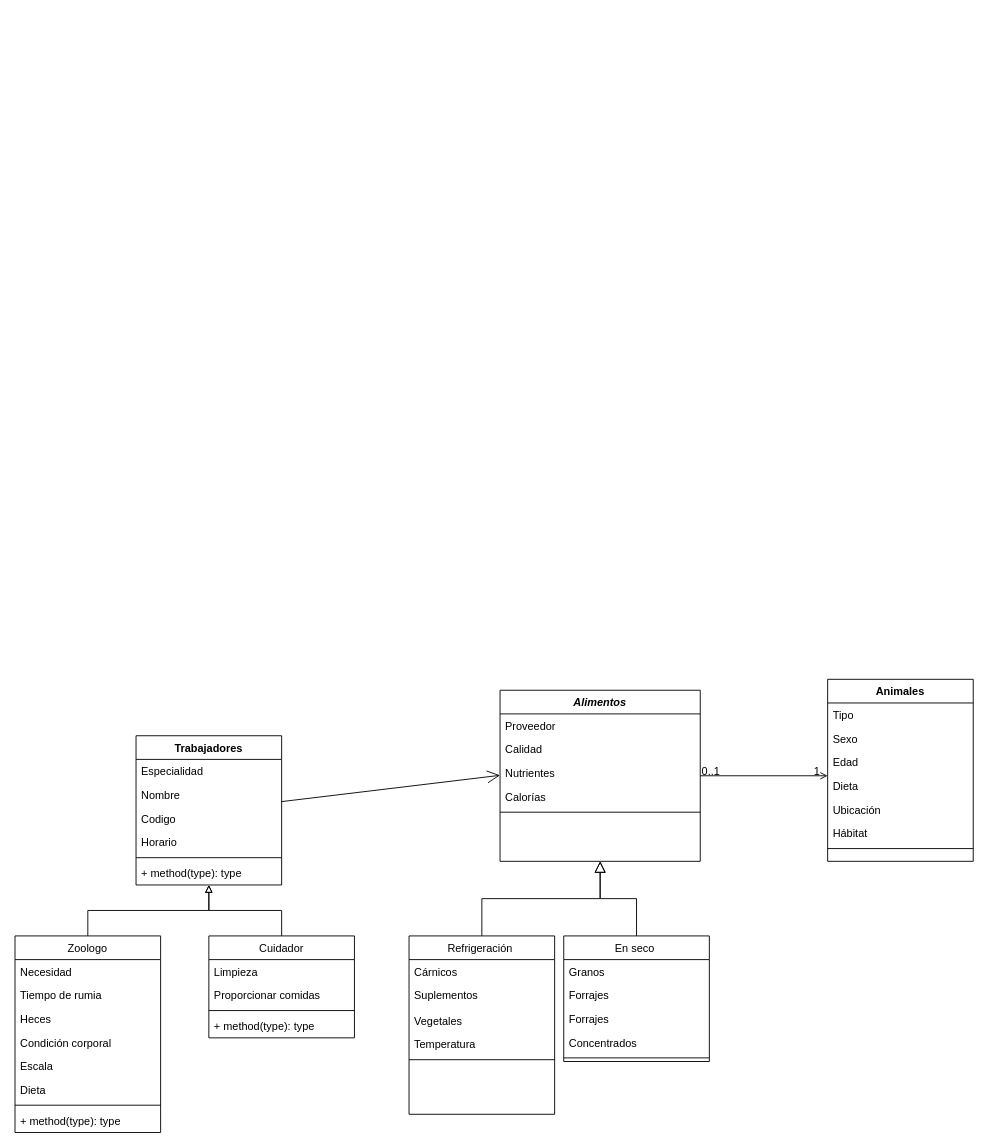
Above: Diagrama sin título.drawio in jhongarciap/Diagrama-de-clases-zoologico (draw.io), before the change. Source tidied: cells renumbered, new cells numbered last; positions are measured from the earlier drawing's top-left corner, leaving out a move shared by most shapes. Both pictures are drawn from the tidied source at 91%, with x=0, y=0 at pixel (15, 679).
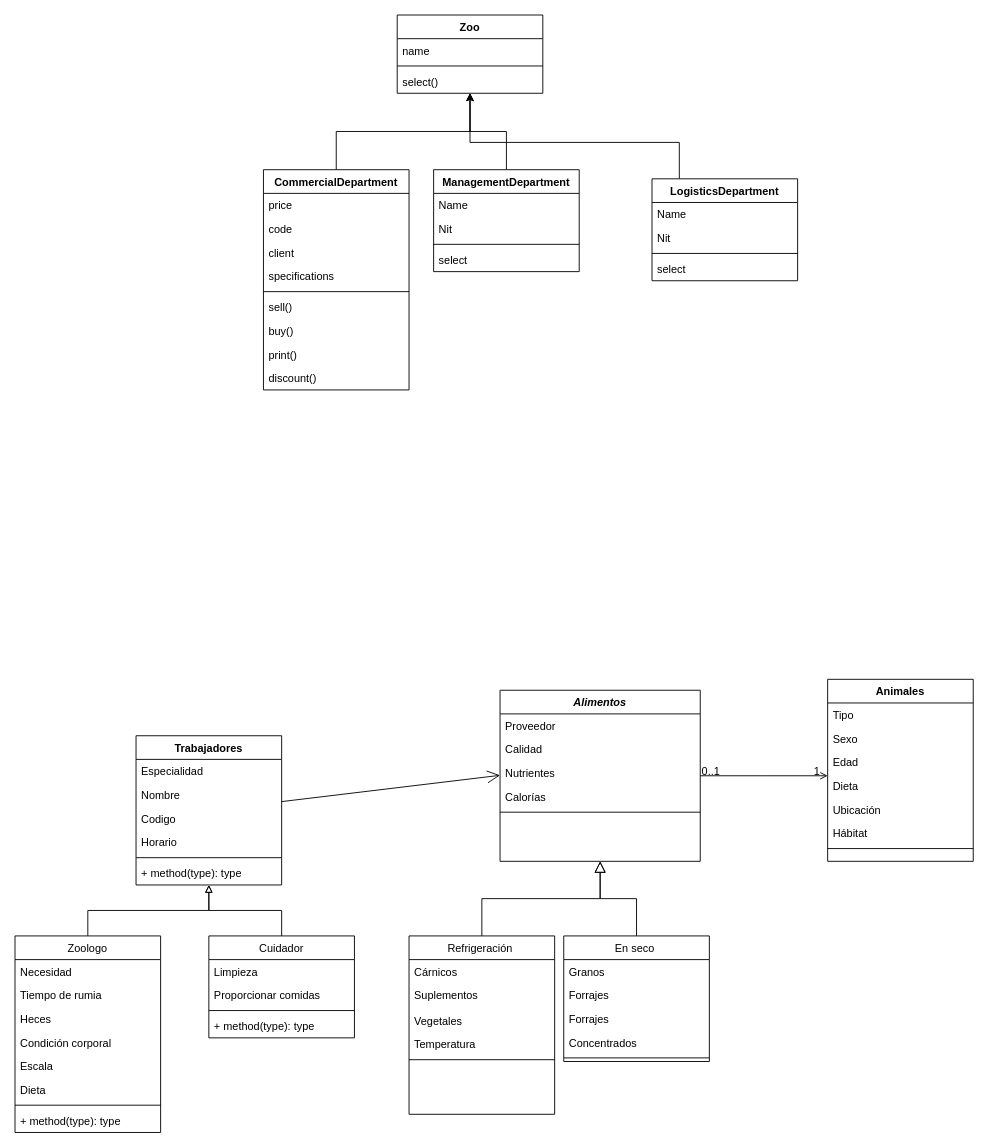
After the change.

Diff of the diagram source:
```diff
@@
+    <mxCell id="57" value="Zoo" style="swimlane;fontStyle=1;align=center;verticalAlign=top;horizontal=1;startSize=26;" parent="1" vertex="1">
+      <mxGeometry x="420" y="-730" width="160" height="86" as="geometry" />
+    </mxCell>
+    <mxCell id="58" value="name&#10;&#10;&#10;&#10;&#10;&#10;&#10;" style="text;strokeColor=none;fillColor=none;align=left;verticalAlign=top;spacingLeft=4;spacingRight=4;overflow=hidden;" parent="57" vertex="1">
+      <mxGeometry y="26" width="160" height="26" as="geometry" />
+    </mxCell>
+    <mxCell id="59" style="line;strokeWidth=1;fillColor=none;align=left;verticalAlign=middle;spacingTop=-1;spacingLeft=3;spacingRight=3;labelPosition=right;strokeColor=inherit;" parent="57" vertex="1">
+      <mxGeometry y="52" width="160" height="8" as="geometry" />
+    </mxCell>
+    <mxCell id="60" value="select()" style="text;strokeColor=none;fillColor=none;align=left;verticalAlign=top;spacingLeft=4;spacingRight=4;overflow=hidden;" parent="57" vertex="1">
+      <mxGeometry y="60" width="160" height="26" as="geometry" />
+    </mxCell>
+    <mxCell id="61" style="edgeStyle=orthogonalEdgeStyle;rounded=0;jettySize=auto;html=1;" parent="1" edge="1" source="62" target="57">
+      <mxGeometry relative="1" as="geometry" />
+    </mxCell>
+    <mxCell id="62" value="CommercialDepartment" style="swimlane;fontStyle=1;align=center;verticalAlign=top;horizontal=1;startSize=26;" parent="1" vertex="1">
+      <mxGeometry x="273" y="-560" width="160" height="242" as="geometry" />
+    </mxCell>
+    <mxCell id="63" value="price" style="text;strokeColor=none;fillColor=none;align=left;verticalAlign=top;spacingLeft=4;spacingRight=4;overflow=hidden;" parent="62" vertex="1">
+      <mxGeometry y="26" width="160" height="26" as="geometry" />
+    </mxCell>
+    <mxCell id="64" value="code" style="text;strokeColor=none;fillColor=none;align=left;verticalAlign=top;spacingLeft=4;spacingRight=4;overflow=hidden;" parent="62" vertex="1">
+      <mxGeometry y="52" width="160" height="26" as="geometry" />
+    </mxCell>
+    <mxCell id="65" value="client" style="text;strokeColor=none;fillColor=none;align=left;verticalAlign=top;spacingLeft=4;spacingRight=4;overflow=hidden;" parent="62" vertex="1">
+      <mxGeometry y="78" width="160" height="26" as="geometry" />
+    </mxCell>
+    <mxCell id="66" value="specifications" style="text;strokeColor=none;fillColor=none;align=left;verticalAlign=top;spacingLeft=4;spacingRight=4;overflow=hidden;" parent="62" vertex="1">
+      <mxGeometry y="104" width="160" height="26" as="geometry" />
+    </mxCell>
+    <mxCell id="67" style="line;strokeWidth=1;fillColor=none;align=left;verticalAlign=middle;spacingTop=-1;spacingLeft=3;spacingRight=3;labelPosition=right;strokeColor=inherit;" parent="62" vertex="1">
+      <mxGeometry y="130" width="160" height="8" as="geometry" />
+    </mxCell>
+    <mxCell id="68" value="sell()" style="text;strokeColor=none;fillColor=none;align=left;verticalAlign=top;spacingLeft=4;spacingRight=4;overflow=hidden;" parent="62" vertex="1">
+      <mxGeometry y="138" width="160" height="26" as="geometry" />
+    </mxCell>
+    <mxCell id="69" value="buy()" style="text;strokeColor=none;fillColor=none;align=left;verticalAlign=top;spacingLeft=4;spacingRight=4;overflow=hidden;" parent="62" vertex="1">
+      <mxGeometry y="164" width="160" height="26" as="geometry" />
+    </mxCell>
+    <mxCell id="70" value="print()" style="text;strokeColor=none;fillColor=none;align=left;verticalAlign=top;spacingLeft=4;spacingRight=4;overflow=hidden;" parent="62" vertex="1">
+      <mxGeometry y="190" width="160" height="26" as="geometry" />
+    </mxCell>
+    <mxCell id="71" value="discount()" style="text;strokeColor=none;fillColor=none;align=left;verticalAlign=top;spacingLeft=4;spacingRight=4;overflow=hidden;" parent="62" vertex="1">
+      <mxGeometry y="216" width="160" height="26" as="geometry" />
+    </mxCell>
+    <mxCell id="72" style="edgeStyle=orthogonalEdgeStyle;rounded=0;jettySize=auto;html=1;" parent="1" edge="1" source="73" target="57">
+      <mxGeometry relative="1" as="geometry" />
+    </mxCell>
+    <mxCell id="73" value="ManagementDepartment" style="swimlane;fontStyle=1;align=center;verticalAlign=top;horizontal=1;startSize=26;" parent="1" vertex="1">
+      <mxGeometry x="460" y="-560" width="160" height="112" as="geometry" />
+    </mxCell>
+    <mxCell id="74" value="Name&#10;&#10;&#10;&#10;&#10;&#10;&#10;" style="text;strokeColor=none;fillColor=none;align=left;verticalAlign=top;spacingLeft=4;spacingRight=4;overflow=hidden;" parent="73" vertex="1">
+      <mxGeometry y="26" width="160" height="26" as="geometry" />
+    </mxCell>
+    <mxCell id="75" value="Nit" style="text;strokeColor=none;fillColor=none;align=left;verticalAlign=top;spacingLeft=4;spacingRight=4;overflow=hidden;" parent="73" vertex="1">
+      <mxGeometry y="52" width="160" height="26" as="geometry" />
+    </mxCell>
+    <mxCell id="76" style="line;strokeWidth=1;fillColor=none;align=left;verticalAlign=middle;spacingTop=-1;spacingLeft=3;spacingRight=3;labelPosition=right;strokeColor=inherit;" parent="73" vertex="1">
+      <mxGeometry y="78" width="160" height="8" as="geometry" />
+    </mxCell>
+    <mxCell id="77" value="select" style="text;strokeColor=none;fillColor=none;align=left;verticalAlign=top;spacingLeft=4;spacingRight=4;overflow=hidden;" parent="73" vertex="1">
+      <mxGeometry y="86" width="160" height="26" as="geometry" />
+    </mxCell>
+    <mxCell id="78" style="edgeStyle=orthogonalEdgeStyle;rounded=0;jettySize=auto;html=1;" parent="1" edge="1" source="79" target="57">
+      <mxGeometry relative="1" as="geometry">
+        <Array as="points">
+          <mxPoint x="730" y="-590" />
+          <mxPoint x="500" y="-590" />
+        </Array>
+      </mxGeometry>
+    </mxCell>
+    <mxCell id="79" value="LogisticsDepartment" style="swimlane;fontStyle=1;align=center;verticalAlign=top;horizontal=1;startSize=26;" parent="1" vertex="1">
+      <mxGeometry x="700" y="-550" width="160" height="112" as="geometry" />
+    </mxCell>
+    <mxCell id="80" value="Name&#10;&#10;&#10;&#10;&#10;&#10;&#10;" style="text;strokeColor=none;fillColor=none;align=left;verticalAlign=top;spacingLeft=4;spacingRight=4;overflow=hidden;" parent="79" vertex="1">
+      <mxGeometry y="26" width="160" height="26" as="geometry" />
+    </mxCell>
+    <mxCell id="81" value="Nit" style="text;strokeColor=none;fillColor=none;align=left;verticalAlign=top;spacingLeft=4;spacingRight=4;overflow=hidden;" parent="79" vertex="1">
+      <mxGeometry y="52" width="160" height="26" as="geometry" />
+    </mxCell>
+    <mxCell id="82" style="line;strokeWidth=1;fillColor=none;align=left;verticalAlign=middle;spacingTop=-1;spacingLeft=3;spacingRight=3;labelPosition=right;strokeColor=inherit;" parent="79" vertex="1">
+      <mxGeometry y="78" width="160" height="8" as="geometry" />
+    </mxCell>
+    <mxCell id="83" value="select" style="text;strokeColor=none;fillColor=none;align=left;verticalAlign=top;spacingLeft=4;spacingRight=4;overflow=hidden;" parent="79" vertex="1">
+      <mxGeometry y="86" width="160" height="26" as="geometry" />
+    </mxCell>
```
